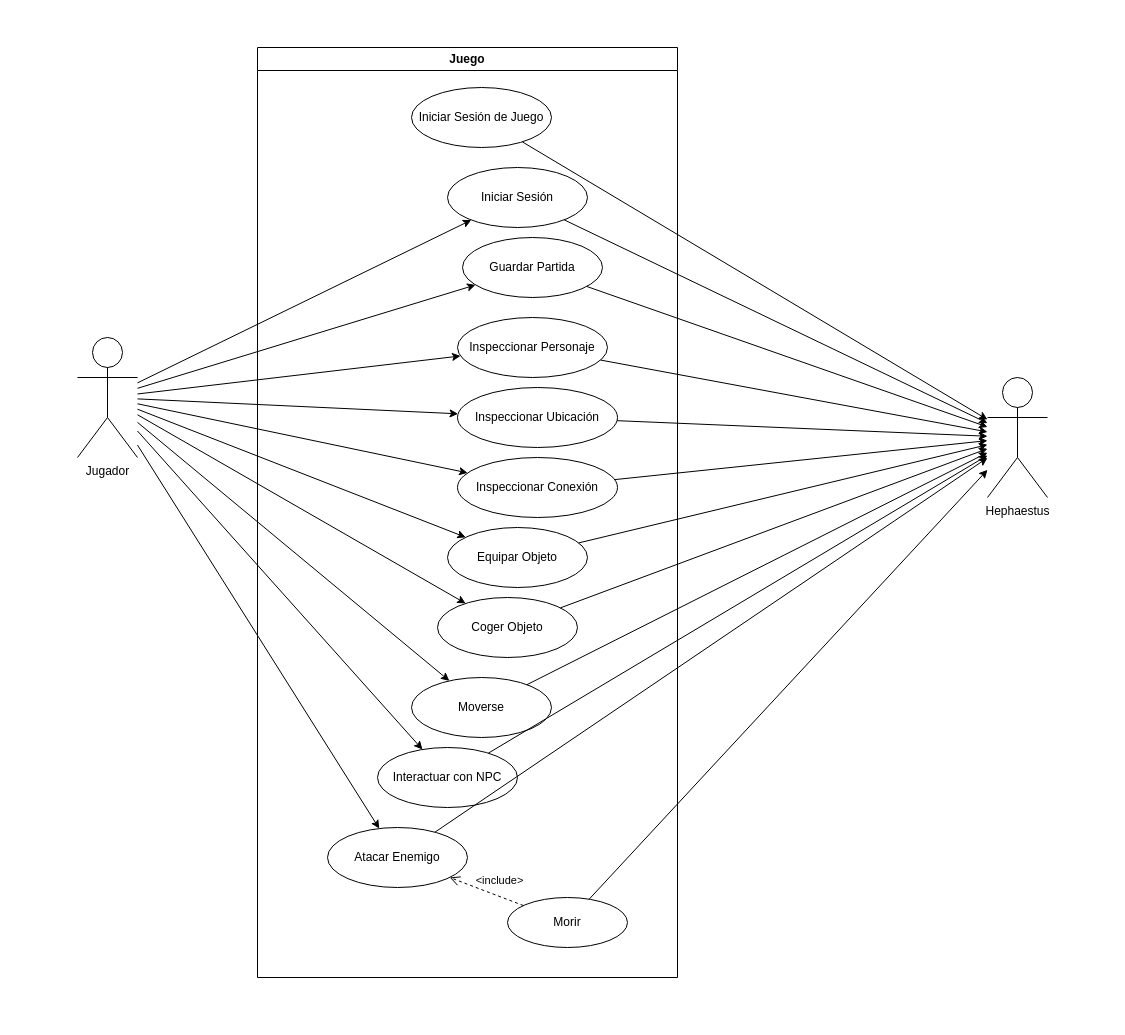
Earlier version of the draw.io diagram document/tex_files/mainmatter/chapter_4/images/diagrama_analisis_juego/casos_uso_juego.drawio (ThAlsay/Hephaestus). Source tidied: cells renumbered, new cells numbered last; positions are measured from the earlier drawing's top-left corner, leaving out a move shared by most shapes. Both pictures are drawn from the tidied source at 100%, with x=0, y=0 at pixel (77, 47).
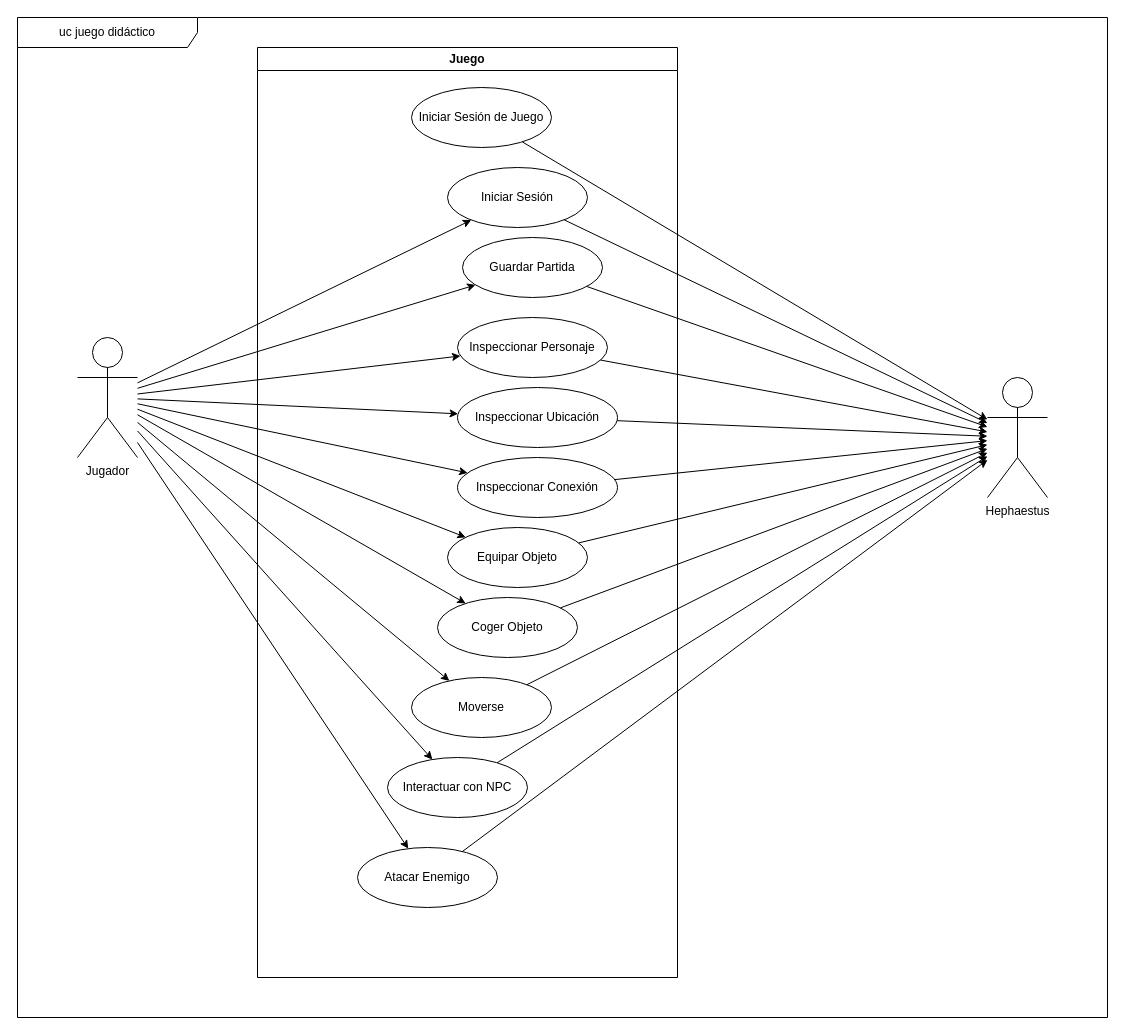
The same diagram, later.

Unchanged cells that the change refers to:
```xml
<mxCell id="2" value="Juego" style="swimlane;whiteSpace=wrap;html=1;startSize=23;" parent="1" vertex="1">
  <mxGeometry x="180" width="420" height="930" as="geometry" />
</mxCell>
<mxCell id="27" value="Hephaestus" style="shape=umlActor;verticalLabelPosition=bottom;verticalAlign=top;html=1;outlineConnect=0;" parent="1" vertex="1">
  <mxGeometry x="910" y="330" width="60" height="120" as="geometry" />
</mxCell>
```

Change to the diagram source:
```diff
@@
     <mxCell id="11" value="Interactuar con NPC" style="ellipse;whiteSpace=wrap;html=1;" parent="2" vertex="1">
-      <mxGeometry x="120" y="700" width="140" height="60" as="geometry" />
+      <mxGeometry x="130" y="710" width="140" height="60" as="geometry" />
     </mxCell>
     <mxCell id="12" value="Atacar Enemigo" style="ellipse;whiteSpace=wrap;html=1;" parent="2" vertex="1">
-      <mxGeometry x="70" y="780" width="140" height="60" as="geometry" />
+      <mxGeometry x="100" y="800" width="140" height="60" as="geometry" />
     </mxCell>
-    <mxCell id="13" value="Morir" style="ellipse;whiteSpace=wrap;html=1;" parent="2" vertex="1">
-      <mxGeometry x="250" y="850" width="120" height="50" as="geometry" />
-    </mxCell>
-    <mxCell id="14" value="&amp;lt;include&amp;gt;" style="html=1;verticalAlign=bottom;endArrow=open;dashed=1;endSize=8;curved=0;rounded=0;" parent="2" edge="1" source="13" target="12">
-      <mxGeometry x="-0.3" y="-6" relative="1" as="geometry" />
-    </mxCell>
@@
-    <mxCell id="39" style="rounded=0;jettySize=auto;html=1;" parent="1" edge="1" source="13" target="27">
-      <mxGeometry relative="1" as="geometry" />
-    </mxCell>
+    <mxCell id="40" value="uc juego didáctico" style="shape=umlFrame;whiteSpace=wrap;html=1;width=180;height=30;" parent="1" vertex="1">
+      <mxGeometry x="-60" y="-30" width="1090" height="1000" as="geometry" />
+    </mxCell>
```
